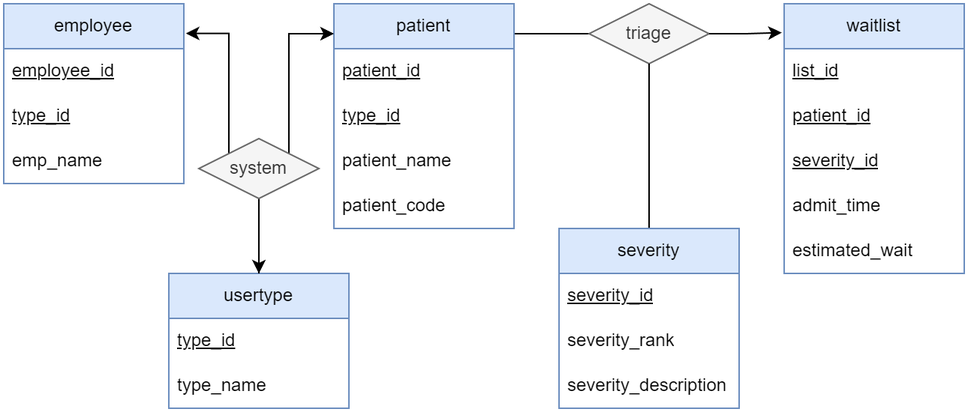
jayboots/emergency_waitlist keeps this draw.io diagram as docs/schema.png. Above is the earlier version. Source tidied: cells renumbered, new cells last; positions are measured from the earlier drawing's top-left corner, leaving out a move shared by most shapes.
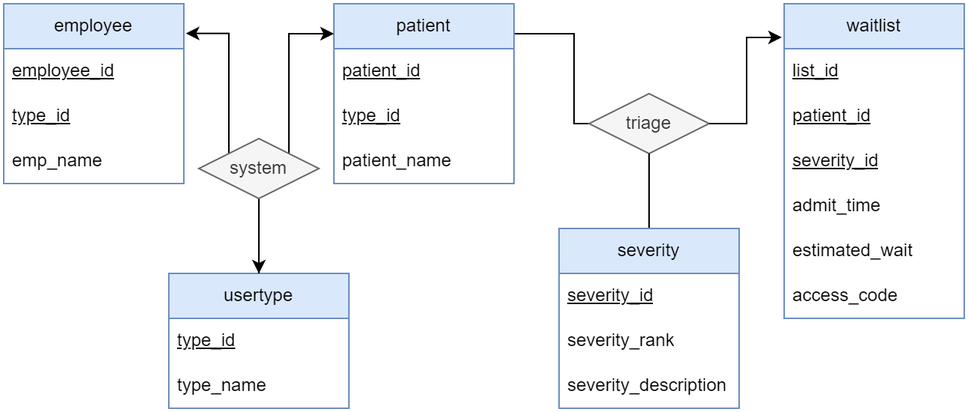
Above is the later version.

Commit message:
feat(Lab 09 Exercises): :card_file_box: add schema documentation

Change to the diagram source:
```diff
@@ -2,7 +2,7 @@
   <root>
     <mxCell id="0" />
     <mxCell id="1" parent="0" />
-    <mxCell id="2" style="edgeStyle=orthogonalEdgeStyle;rounded=0;jettySize=auto;html=1;entryX=0;entryY=0.5;entryDx=0;entryDy=0;startArrow=none;startFill=0;endArrow=none;endFill=0;" parent="1" edge="1" source="3" target="15">
+    <mxCell id="2" style="edgeStyle=orthogonalEdgeStyle;rounded=0;jettySize=auto;html=1;entryX=0;entryY=0.5;entryDx=0;entryDy=0;startArrow=none;startFill=0;endArrow=none;endFill=0;" parent="1" edge="1" source="3" target="14">
       <mxGeometry relative="1" as="geometry">
         <Array as="points">
           <mxPoint x="380" y="20" />
@@ -10,7 +10,7 @@
       </mxGeometry>
     </mxCell>
     <mxCell id="3" value="patient" style="swimlane;fontStyle=0;horizontal=1;startSize=30;whiteSpace=wrap;html=1;fillColor=#dae8fc;strokeColor=#6c8ebf;" parent="1" vertex="1">
-      <mxGeometry x="220" width="120" height="150" as="geometry" />
+      <mxGeometry x="220" width="120" height="120" as="geometry" />
     </mxCell>
     <mxCell id="4" value="&lt;u&gt;patient_id&lt;/u&gt;" style="text;strokeColor=none;fillColor=none;align=left;verticalAlign=middle;spacingLeft=4;spacingRight=4;overflow=hidden;whiteSpace=wrap;html=1;" parent="3" vertex="1">
       <mxGeometry y="30" width="120" height="30" as="geometry" />
@@ -21,92 +21,92 @@
     <mxCell id="6" value="patient_name" style="text;strokeColor=none;fillColor=none;align=left;verticalAlign=middle;spacingLeft=4;spacingRight=4;overflow=hidden;whiteSpace=wrap;html=1;" parent="3" vertex="1">
       <mxGeometry y="90" width="120" height="30" as="geometry" />
     </mxCell>
-    <mxCell id="7" value="patient_code" style="text;strokeColor=none;fillColor=none;align=left;verticalAlign=middle;spacingLeft=4;spacingRight=4;overflow=hidden;points=[[0,0.5],[1,0.5]];portConstraint=eastwest;whiteSpace=wrap;html=1;" parent="3" vertex="1">
-      <mxGeometry y="120" width="120" height="30" as="geometry" />
+    <mxCell id="7" value="usertype" style="swimlane;fontStyle=0;horizontal=1;startSize=30;whiteSpace=wrap;html=1;fillColor=#dae8fc;strokeColor=#6c8ebf;" parent="1" vertex="1">
+      <mxGeometry x="110" y="180" width="120" height="90" as="geometry" />
     </mxCell>
-    <mxCell id="8" value="usertype" style="swimlane;fontStyle=0;horizontal=1;startSize=30;whiteSpace=wrap;html=1;fillColor=#dae8fc;strokeColor=#6c8ebf;" parent="1" vertex="1">
-      <mxGeometry x="110" y="180" width="120" height="90" as="geometry" />
+    <mxCell id="8" value="&lt;u&gt;type_id&lt;/u&gt;" style="text;strokeColor=none;fillColor=none;align=left;verticalAlign=middle;spacingLeft=4;spacingRight=4;overflow=hidden;points=[[0,0.5],[1,0.5]];portConstraint=eastwest;whiteSpace=wrap;html=1;" parent="7" vertex="1">
+      <mxGeometry y="30" width="120" height="30" as="geometry" />
     </mxCell>
-    <mxCell id="9" value="&lt;u&gt;type_id&lt;/u&gt;" style="text;strokeColor=none;fillColor=none;align=left;verticalAlign=middle;spacingLeft=4;spacingRight=4;overflow=hidden;whiteSpace=wrap;html=1;" parent="8" vertex="1">
-      <mxGeometry y="30" width="120" height="30" as="geometry" />
+    <mxCell id="9" value="type_name" style="text;strokeColor=none;fillColor=none;align=left;verticalAlign=middle;spacingLeft=4;spacingRight=4;overflow=hidden;whiteSpace=wrap;html=1;" parent="7" vertex="1">
+      <mxGeometry y="60" width="120" height="30" as="geometry" />
     </mxCell>
-    <mxCell id="10" value="type_name" style="text;strokeColor=none;fillColor=none;align=left;verticalAlign=middle;spacingLeft=4;spacingRight=4;overflow=hidden;points=[[0,0.5],[1,0.5]];portConstraint=eastwest;whiteSpace=wrap;html=1;" parent="8" vertex="1">
-      <mxGeometry y="60" width="120" height="30" as="geometry" />
+    <mxCell id="10" value="employee" style="swimlane;fontStyle=0;horizontal=1;startSize=30;whiteSpace=wrap;html=1;fillColor=#dae8fc;strokeColor=#6c8ebf;" parent="1" vertex="1">
+      <mxGeometry width="120" height="120" as="geometry" />
     </mxCell>
-    <mxCell id="11" value="employee" style="swimlane;fontStyle=0;horizontal=1;startSize=30;whiteSpace=wrap;html=1;fillColor=#dae8fc;strokeColor=#6c8ebf;" parent="1" vertex="1">
-      <mxGeometry width="120" height="120" as="geometry" />
+    <mxCell id="11" value="&lt;u&gt;employee_id&lt;/u&gt;" style="text;strokeColor=none;fillColor=none;align=left;verticalAlign=middle;spacingLeft=4;spacingRight=4;overflow=hidden;points=[[0,0.5],[1,0.5]];portConstraint=eastwest;whiteSpace=wrap;html=1;" parent="10" vertex="1">
+      <mxGeometry y="30" width="120" height="30" as="geometry" />
     </mxCell>
-    <mxCell id="12" value="&lt;u&gt;employee_id&lt;/u&gt;" style="text;strokeColor=none;fillColor=none;align=left;verticalAlign=middle;spacingLeft=4;spacingRight=4;overflow=hidden;whiteSpace=wrap;html=1;" parent="11" vertex="1">
-      <mxGeometry y="30" width="120" height="30" as="geometry" />
+    <mxCell id="12" value="&lt;u&gt;type_id&lt;/u&gt;" style="text;strokeColor=none;fillColor=none;align=left;verticalAlign=middle;spacingLeft=4;spacingRight=4;overflow=hidden;whiteSpace=wrap;html=1;" parent="10" vertex="1">
+      <mxGeometry y="60" width="120" height="30" as="geometry" />
     </mxCell>
-    <mxCell id="13" value="&lt;u&gt;type_id&lt;/u&gt;" style="text;strokeColor=none;fillColor=none;align=left;verticalAlign=middle;spacingLeft=4;spacingRight=4;overflow=hidden;whiteSpace=wrap;html=1;" parent="11" vertex="1">
-      <mxGeometry y="60" width="120" height="30" as="geometry" />
+    <mxCell id="13" value="emp_name" style="text;strokeColor=none;fillColor=none;align=left;verticalAlign=middle;spacingLeft=4;spacingRight=4;overflow=hidden;whiteSpace=wrap;html=1;" parent="10" vertex="1">
+      <mxGeometry y="90" width="120" height="30" as="geometry" />
     </mxCell>
-    <mxCell id="14" value="emp_name" style="text;strokeColor=none;fillColor=none;align=left;verticalAlign=middle;spacingLeft=4;spacingRight=4;overflow=hidden;points=[[0,0.5],[1,0.5]];portConstraint=eastwest;whiteSpace=wrap;html=1;" parent="11" vertex="1">
-      <mxGeometry y="90" width="120" height="30" as="geometry" />
+    <mxCell id="14" value="triage" style="rhombus;whiteSpace=wrap;html=1;fillColor=#f5f5f5;fontColor=#333333;strokeColor=#666666;" parent="1" vertex="1">
+      <mxGeometry x="390" y="60" width="80" height="40" as="geometry" />
     </mxCell>
-    <mxCell id="15" value="triage" style="rhombus;whiteSpace=wrap;html=1;fillColor=#f5f5f5;fontColor=#333333;strokeColor=#666666;" parent="1" vertex="1">
-      <mxGeometry x="390" width="80" height="40" as="geometry" />
+    <mxCell id="15" style="edgeStyle=orthogonalEdgeStyle;rounded=0;jettySize=auto;html=1;entryX=0.5;entryY=1;entryDx=0;entryDy=0;endArrow=none;endFill=0;" parent="1" edge="1" source="16" target="14">
+      <mxGeometry relative="1" as="geometry" />
     </mxCell>
-    <mxCell id="16" style="edgeStyle=orthogonalEdgeStyle;rounded=0;jettySize=auto;html=1;entryX=0.5;entryY=1;entryDx=0;entryDy=0;endArrow=none;endFill=0;" parent="1" edge="1" source="17" target="15">
-      <mxGeometry relative="1" as="geometry" />
+    <mxCell id="16" value="severity" style="swimlane;fontStyle=0;horizontal=1;startSize=30;whiteSpace=wrap;html=1;fillColor=#dae8fc;strokeColor=#6c8ebf;" parent="1" vertex="1">
+      <mxGeometry x="370" y="150" width="120" height="120" as="geometry" />
     </mxCell>
-    <mxCell id="17" value="severity" style="swimlane;fontStyle=0;horizontal=1;startSize=30;whiteSpace=wrap;html=1;fillColor=#dae8fc;strokeColor=#6c8ebf;" parent="1" vertex="1">
-      <mxGeometry x="370" y="150" width="120" height="120" as="geometry" />
+    <mxCell id="17" value="&lt;u&gt;severity_id&lt;/u&gt;" style="text;strokeColor=none;fillColor=none;align=left;verticalAlign=middle;spacingLeft=4;spacingRight=4;overflow=hidden;points=[[0,0.5],[1,0.5]];portConstraint=eastwest;whiteSpace=wrap;html=1;" parent="16" vertex="1">
+      <mxGeometry y="30" width="120" height="30" as="geometry" />
     </mxCell>
-    <mxCell id="18" value="&lt;u&gt;severity_id&lt;/u&gt;" style="text;strokeColor=none;fillColor=none;align=left;verticalAlign=middle;spacingLeft=4;spacingRight=4;overflow=hidden;whiteSpace=wrap;html=1;" parent="17" vertex="1">
-      <mxGeometry y="30" width="120" height="30" as="geometry" />
+    <mxCell id="18" value="severity_rank" style="text;strokeColor=none;fillColor=none;align=left;verticalAlign=middle;spacingLeft=4;spacingRight=4;overflow=hidden;whiteSpace=wrap;html=1;" parent="16" vertex="1">
+      <mxGeometry y="60" width="120" height="30" as="geometry" />
     </mxCell>
-    <mxCell id="19" value="severity_rank" style="text;strokeColor=none;fillColor=none;align=left;verticalAlign=middle;spacingLeft=4;spacingRight=4;overflow=hidden;whiteSpace=wrap;html=1;" parent="17" vertex="1">
-      <mxGeometry y="60" width="120" height="30" as="geometry" />
+    <mxCell id="19" value="severity_description" style="text;strokeColor=none;fillColor=none;align=left;verticalAlign=middle;spacingLeft=4;spacingRight=4;overflow=hidden;whiteSpace=wrap;html=1;" parent="16" vertex="1">
+      <mxGeometry y="90" width="120" height="30" as="geometry" />
     </mxCell>
-    <mxCell id="20" value="severity_description" style="text;strokeColor=none;fillColor=none;align=left;verticalAlign=middle;spacingLeft=4;spacingRight=4;overflow=hidden;whiteSpace=wrap;html=1;" parent="17" vertex="1">
-      <mxGeometry y="90" width="120" height="30" as="geometry" />
+    <mxCell id="20" style="edgeStyle=orthogonalEdgeStyle;rounded=0;jettySize=auto;html=1;entryX=-0.013;entryY=0.107;entryDx=0;entryDy=0;entryPerimeter=0;" parent="1" edge="1" source="14" target="25">
+      <mxGeometry relative="1" as="geometry" />
     </mxCell>
-    <mxCell id="21" style="edgeStyle=orthogonalEdgeStyle;rounded=0;jettySize=auto;html=1;entryX=-0.013;entryY=0.107;entryDx=0;entryDy=0;entryPerimeter=0;" parent="1" edge="1" source="15" target="26">
-      <mxGeometry relative="1" as="geometry" />
+    <mxCell id="21" style="edgeStyle=orthogonalEdgeStyle;rounded=0;jettySize=auto;html=1;" parent="1" edge="1" source="24">
+      <mxGeometry relative="1" as="geometry">
+        <mxPoint x="220" y="20" as="targetPoint" />
+        <Array as="points">
+          <mxPoint x="190" y="20" />
+        </Array>
+      </mxGeometry>
     </mxCell>
-    <mxCell id="22" style="edgeStyle=orthogonalEdgeStyle;rounded=0;jettySize=auto;html=1;" parent="1" edge="1" source="25">
-      <mxGeometry relative="1" as="geometry">
-        <mxPoint x="220" y="20" as="targetPoint" />
-        <Array as="points">
-          <mxPoint x="190" y="20" />
-        </Array>
-      </mxGeometry>
+    <mxCell id="22" style="edgeStyle=orthogonalEdgeStyle;rounded=0;jettySize=auto;html=1;entryX=0.5;entryY=0;entryDx=0;entryDy=0;" parent="1" edge="1" source="24" target="7">
+      <mxGeometry relative="1" as="geometry" />
     </mxCell>
-    <mxCell id="23" style="edgeStyle=orthogonalEdgeStyle;rounded=0;jettySize=auto;html=1;entryX=0.5;entryY=0;entryDx=0;entryDy=0;" parent="1" edge="1" source="25" target="8">
-      <mxGeometry relative="1" as="geometry" />
+    <mxCell id="23" style="edgeStyle=orthogonalEdgeStyle;rounded=0;jettySize=auto;html=1;entryX=1.011;entryY=0.165;entryDx=0;entryDy=0;entryPerimeter=0;" parent="1" edge="1" target="10">
+      <mxGeometry relative="1" as="geometry">
+        <mxPoint x="170" y="180" as="sourcePoint" />
+        <Array as="points">
+          <mxPoint x="170" y="110" />
+          <mxPoint x="150" y="110" />
+          <mxPoint x="150" y="20" />
+        </Array>
+      </mxGeometry>
     </mxCell>
-    <mxCell id="24" style="edgeStyle=orthogonalEdgeStyle;rounded=0;jettySize=auto;html=1;entryX=1.011;entryY=0.165;entryDx=0;entryDy=0;entryPerimeter=0;" parent="1" edge="1" target="11">
-      <mxGeometry relative="1" as="geometry">
-        <mxPoint x="170" y="180" as="sourcePoint" />
-        <Array as="points">
-          <mxPoint x="170" y="110" />
-          <mxPoint x="150" y="110" />
-          <mxPoint x="150" y="20" />
-        </Array>
-      </mxGeometry>
+    <mxCell id="24" value="system" style="rhombus;whiteSpace=wrap;html=1;fillColor=#f5f5f5;fontColor=#333333;strokeColor=#666666;" parent="1" vertex="1">
+      <mxGeometry x="130" y="90" width="80" height="40" as="geometry" />
     </mxCell>
-    <mxCell id="25" value="system" style="rhombus;whiteSpace=wrap;html=1;fillColor=#f5f5f5;fontColor=#333333;strokeColor=#666666;" parent="1" vertex="1">
-      <mxGeometry x="130" y="90" width="80" height="40" as="geometry" />
+    <mxCell id="25" value="waitlist" style="swimlane;fontStyle=0;horizontal=1;startSize=30;whiteSpace=wrap;html=1;fillColor=#dae8fc;strokeColor=#6c8ebf;" parent="1" vertex="1">
+      <mxGeometry x="520" width="120" height="210" as="geometry" />
     </mxCell>
-    <mxCell id="26" value="waitlist" style="swimlane;fontStyle=0;horizontal=1;startSize=30;whiteSpace=wrap;html=1;fillColor=#dae8fc;strokeColor=#6c8ebf;" parent="1" vertex="1">
-      <mxGeometry x="520" width="120" height="180" as="geometry" />
+    <mxCell id="26" value="&lt;u&gt;list_id&lt;/u&gt;" style="text;strokeColor=none;fillColor=none;align=left;verticalAlign=middle;spacingLeft=4;spacingRight=4;overflow=hidden;points=[[0,0.5],[1,0.5]];portConstraint=eastwest;whiteSpace=wrap;html=1;" parent="25" vertex="1">
+      <mxGeometry y="30" width="120" height="30" as="geometry" />
     </mxCell>
-    <mxCell id="27" value="&lt;u&gt;list_id&lt;/u&gt;" style="text;strokeColor=none;fillColor=none;align=left;verticalAlign=middle;spacingLeft=4;spacingRight=4;overflow=hidden;whiteSpace=wrap;html=1;" parent="26" vertex="1">
-      <mxGeometry y="30" width="120" height="30" as="geometry" />
+    <mxCell id="27" value="patient_id" style="text;strokeColor=none;fillColor=none;align=left;verticalAlign=middle;spacingLeft=4;spacingRight=4;overflow=hidden;whiteSpace=wrap;html=1;fontStyle=4;" parent="25" vertex="1">
+      <mxGeometry y="60" width="120" height="30" as="geometry" />
     </mxCell>
-    <mxCell id="28" value="patient_id" style="text;strokeColor=none;fillColor=none;align=left;verticalAlign=middle;spacingLeft=4;spacingRight=4;overflow=hidden;whiteSpace=wrap;html=1;fontStyle=4;" parent="26" vertex="1">
-      <mxGeometry y="60" width="120" height="30" as="geometry" />
+    <mxCell id="28" value="severity_id" style="text;strokeColor=none;fillColor=none;align=left;verticalAlign=middle;spacingLeft=4;spacingRight=4;overflow=hidden;whiteSpace=wrap;html=1;fontStyle=4;" parent="25" vertex="1">
+      <mxGeometry y="90" width="120" height="30" as="geometry" />
     </mxCell>
-    <mxCell id="29" value="severity_id" style="text;strokeColor=none;fillColor=none;align=left;verticalAlign=middle;spacingLeft=4;spacingRight=4;overflow=hidden;whiteSpace=wrap;html=1;fontStyle=4;" parent="26" vertex="1">
-      <mxGeometry y="90" width="120" height="30" as="geometry" />
+    <mxCell id="29" value="admit_time" style="text;strokeColor=none;fillColor=none;align=left;verticalAlign=middle;spacingLeft=4;spacingRight=4;overflow=hidden;whiteSpace=wrap;html=1;" parent="25" vertex="1">
+      <mxGeometry y="120" width="120" height="30" as="geometry" />
     </mxCell>
-    <mxCell id="30" value="admit_time" style="text;strokeColor=none;fillColor=none;align=left;verticalAlign=middle;spacingLeft=4;spacingRight=4;overflow=hidden;whiteSpace=wrap;html=1;" parent="26" vertex="1">
-      <mxGeometry y="120" width="120" height="30" as="geometry" />
+    <mxCell id="30" value="estimated_wait" style="text;strokeColor=none;fillColor=none;align=left;verticalAlign=middle;spacingLeft=4;spacingRight=4;overflow=hidden;whiteSpace=wrap;html=1;" parent="25" vertex="1">
+      <mxGeometry y="150" width="120" height="30" as="geometry" />
     </mxCell>
-    <mxCell id="31" value="estimated_wait" style="text;strokeColor=none;fillColor=none;align=left;verticalAlign=middle;spacingLeft=4;spacingRight=4;overflow=hidden;whiteSpace=wrap;html=1;" parent="26" vertex="1">
-      <mxGeometry y="150" width="120" height="30" as="geometry" />
+    <mxCell id="31" value="access_code" style="text;strokeColor=none;fillColor=none;align=left;verticalAlign=middle;spacingLeft=4;spacingRight=4;overflow=hidden;whiteSpace=wrap;html=1;" parent="25" vertex="1">
+      <mxGeometry y="180" width="120" height="30" as="geometry" />
     </mxCell>
   </root>
 </mxGraphModel>
```
